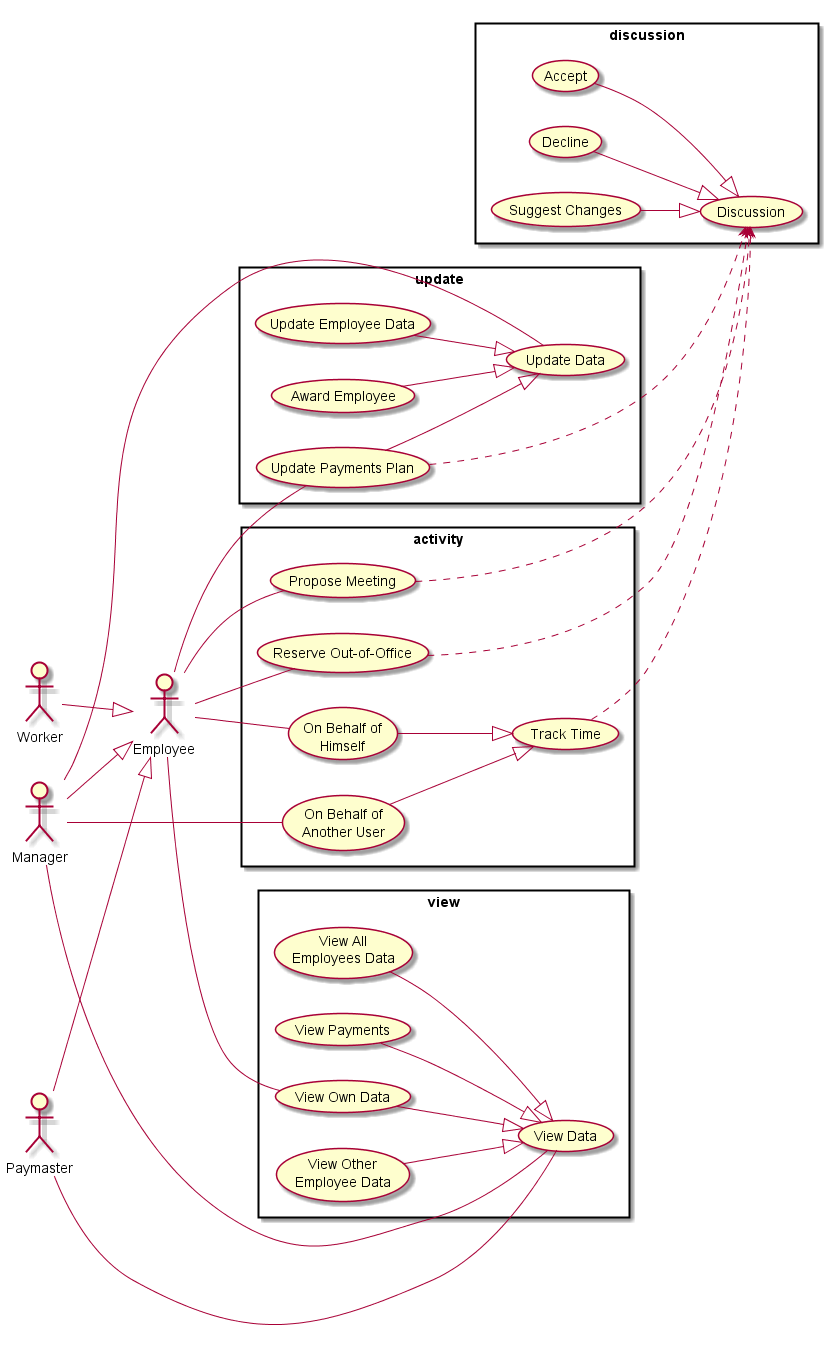
The PlantUML diagram diagrams/use case/use cases.png in JohnKhandygo/employee-managment, before a commit.
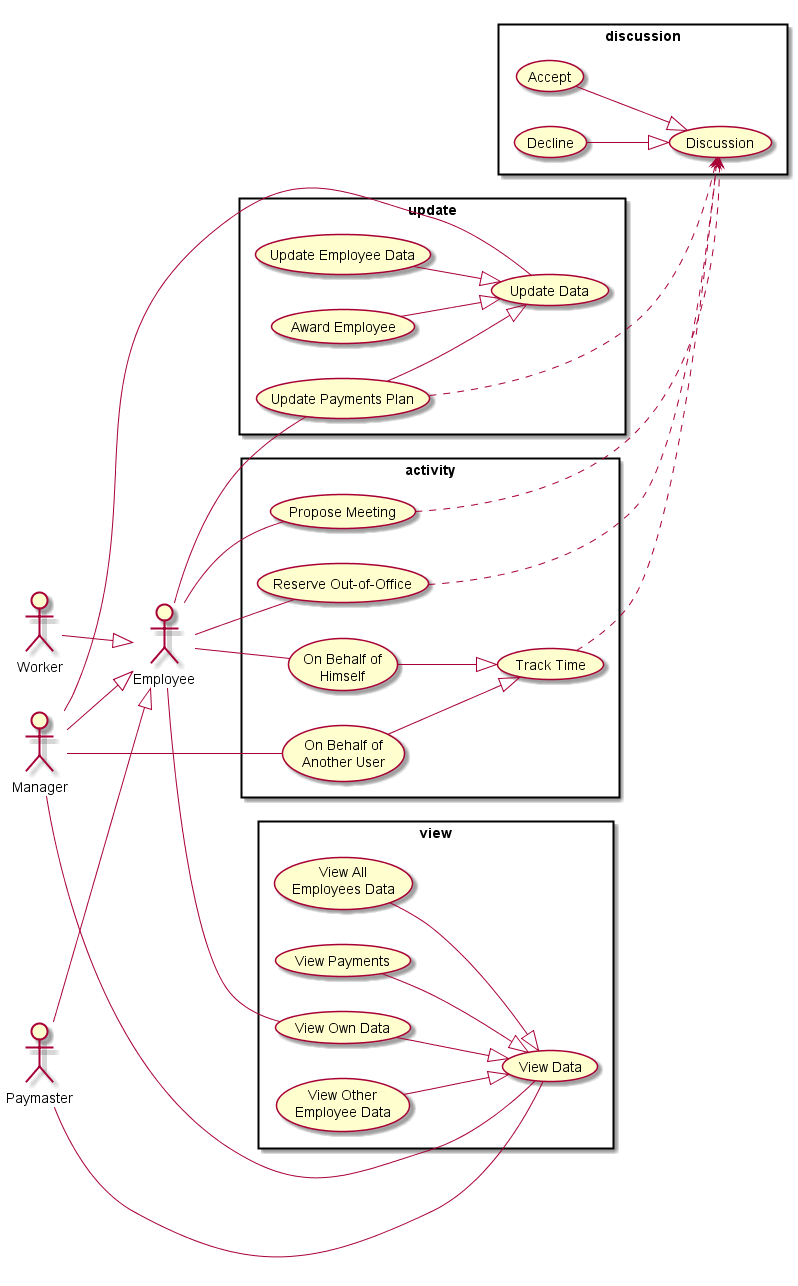
The same file after the commit.

Commit message:
#9 adapt use case diagram.

The edit, as a diff of the source:
```diff
@@ -14,12 +14,9 @@
   (Discussion) as d
   (Accept) as a
   (Decline) as c
-  (Suggest Changes) as sc
-
 
   a --|> d
   c --|> d
-  sc --|> d
 }
 
 rectangle activity {
```
